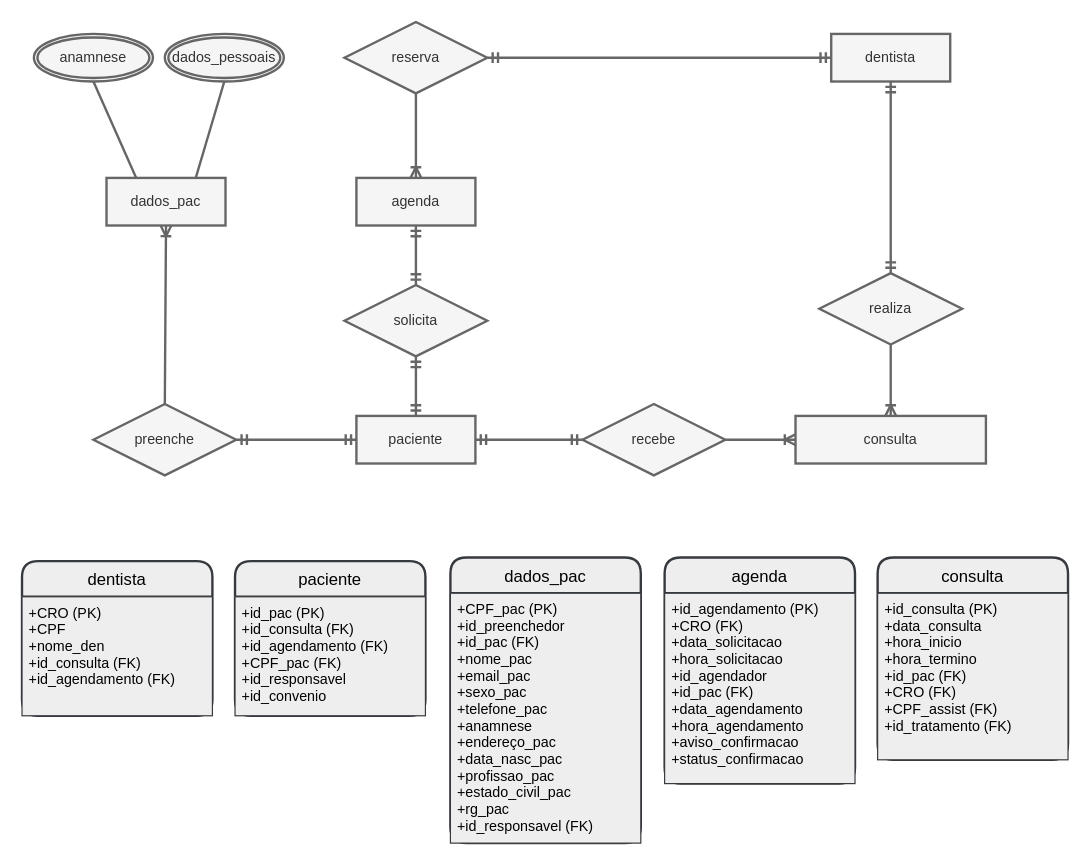
The draw.io diagram Diagrama sem nome.drawio in fabiollg/Diagrama-ER-Consultorio, before the edit. Source tidied: cells renumbered, new cells numbered last; positions are measured from the earlier drawing's top-left corner, leaving out a move shared by most shapes. Both pictures are drawn from the tidied source at 119%, with x=0, y=0 at pixel (21, 21).
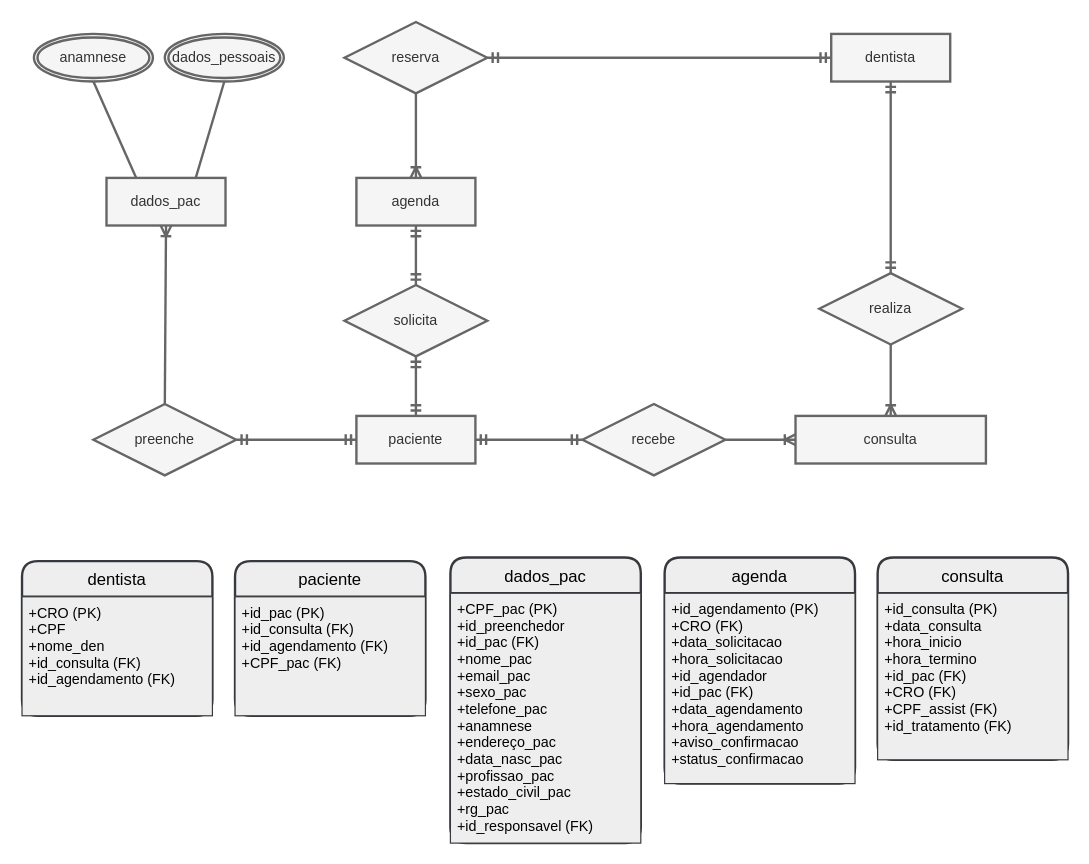
Above is the later version.

The change refers to these unchanged cells:
```xml
<mxCell id="22" value="paciente" style="swimlane;horizontal=1;startSize=30;rounded=1;fontSize=14;fontStyle=0;strokeWidth=2;shadow=0;dashed=0;align=center;fillColor=#eeeeee;strokeColor=#36393d;fontColor=#000000;" parent="1" vertex="1">
  <mxGeometry x="179" y="453" width="160" height="130" as="geometry" />
</mxCell>
```

Change to the diagram source:
```diff
@@
-    <mxCell id="23" value="+id_pac (PK)&#10;+id_consulta (FK)&#10;+id_agendamento (FK)&#10;+CPF_pac (FK)&#10;+id_responsavel&#10;+id_convenio" style="align=left;strokeColor=#36393d;fillColor=#eeeeee;spacingLeft=4;fontSize=12;verticalAlign=top;fontColor=#000000;" parent="22" vertex="1">
+    <mxCell id="23" value="+id_pac (PK)&#10;+id_consulta (FK)&#10;+id_agendamento (FK)&#10;+CPF_pac (FK)" style="align=left;strokeColor=#36393d;fillColor=#eeeeee;spacingLeft=4;fontSize=12;verticalAlign=top;fontColor=#000000;" parent="22" vertex="1">
       <mxGeometry y="30" width="160" height="100" as="geometry" />
     </mxCell>
```
